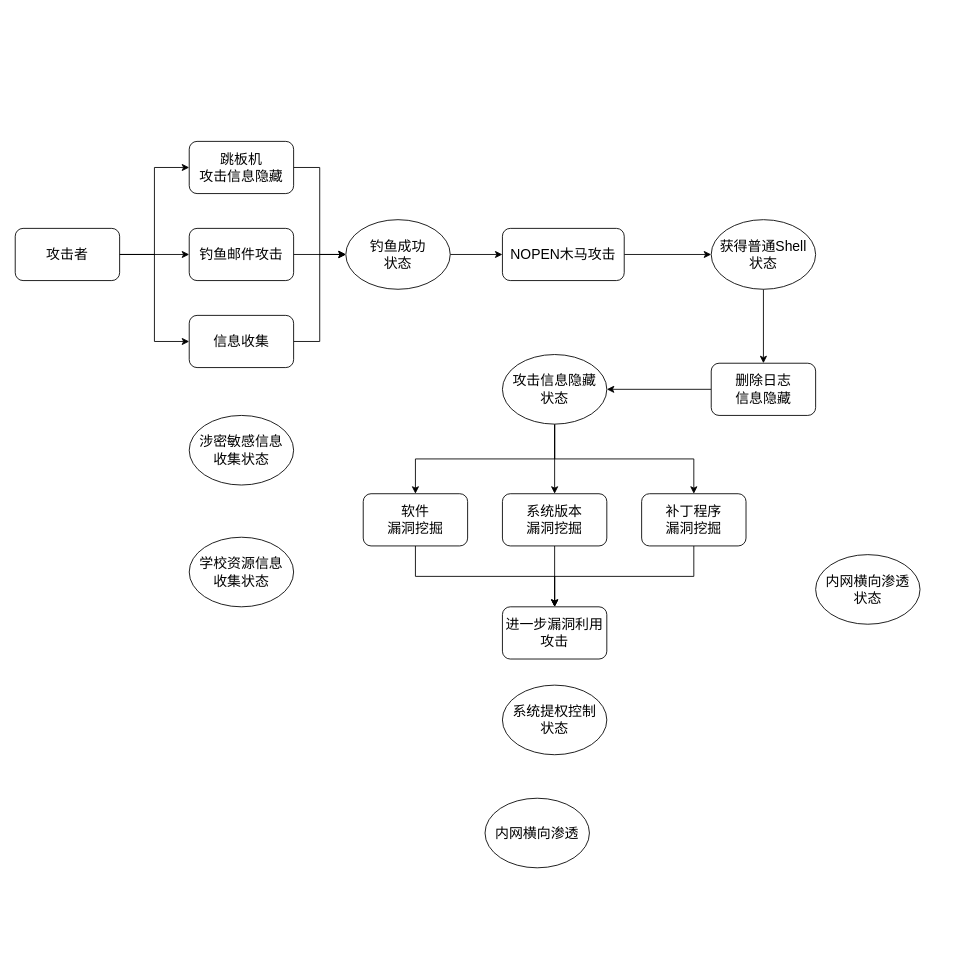
Above: 未命名绘图.drawio in BarnabyAlexandraBaron/Gewulab (draw.io), before the change. Source tidied: cells renumbered, new cells numbered last; positions are measured from the earlier drawing's top-left corner, leaving out a move shared by most shapes. Both pictures are drawn from the tidied source at 87%, with x=0, y=0 at pixel (15, 141).
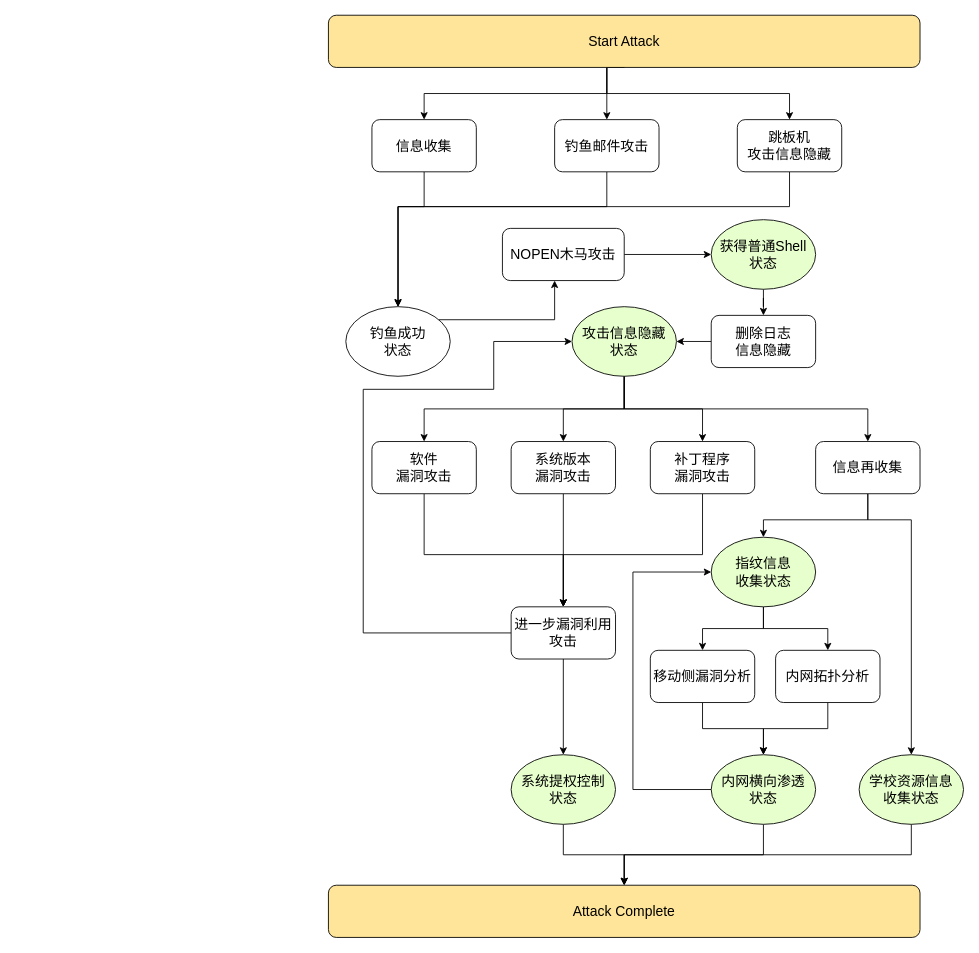
Above is the later version.

Commit message (it also covers changes not shown here):
更新未命名绘图.drawio

The change refers to these unchanged cells:
```xml
<mxCell id="16" value="&lt;font style=&quot;font-size: 16px;&quot;&gt;NOPEN木马攻击&lt;/font&gt;" style="rounded=1;whiteSpace=wrap;html=1;" parent="1" vertex="1">
  <mxGeometry x="560" y="100" width="140" height="60" as="geometry" />
</mxCell>
```

The edit, as a diff of the source:
```diff
@@
-    <mxCell id="3" value="&lt;font style=&quot;font-size: 16px;&quot;&gt;获得普通Shell&lt;br&gt;状态&lt;br&gt;&lt;/font&gt;" style="ellipse;whiteSpace=wrap;html=1;" parent="1" vertex="1">
+    <mxCell id="3" value="&lt;font style=&quot;font-size: 16px;&quot;&gt;获得普通Shell&lt;br&gt;状态&lt;br&gt;&lt;/font&gt;" style="ellipse;whiteSpace=wrap;html=1;fillColor=#E6FFCC;" parent="1" vertex="1">
       <mxGeometry x="800" y="90" width="120" height="80" as="geometry" />
     </mxCell>
+    <mxCell id="36" style="edgeStyle=orthogonalEdgeStyle;rounded=0;jettySize=auto;html=1;exitX=0.5;exitY=1;exitDx=0;exitDy=0;entryX=0.5;entryY=0;entryDx=0;entryDy=0;" parent="1" edge="1" source="4" target="46">
+      <mxGeometry relative="1" as="geometry" />
+    </mxCell>
+    <mxCell id="37" style="edgeStyle=orthogonalEdgeStyle;rounded=0;jettySize=auto;html=1;exitX=0.5;exitY=1;exitDx=0;exitDy=0;entryX=0.5;entryY=0;entryDx=0;entryDy=0;" parent="1" edge="1" source="4" target="51">
+      <mxGeometry relative="1" as="geometry" />
+    </mxCell>
-    <mxCell id="4" value="&lt;font style=&quot;font-size: 16px;&quot;&gt;涉密敏感信息&lt;br&gt;收集状态&lt;br&gt;&lt;/font&gt;" style="ellipse;whiteSpace=wrap;html=1;" parent="1" vertex="1">
-      <mxGeometry x="200" y="315" width="120" height="80" as="geometry" />
+    <mxCell id="4" value="&lt;font style=&quot;font-size: 16px;&quot;&gt;指纹信息&lt;br&gt;收集状态&lt;br&gt;&lt;/font&gt;" style="ellipse;whiteSpace=wrap;html=1;fillColor=#E6FFCC;" parent="1" vertex="1">
+      <mxGeometry x="800" y="455" width="120" height="80" as="geometry" />
     </mxCell>
+    <mxCell id="38" style="edgeStyle=orthogonalEdgeStyle;rounded=0;jettySize=auto;html=1;exitX=0.5;exitY=1;exitDx=0;exitDy=0;entryX=0.5;entryY=0;entryDx=0;entryDy=0;" parent="1" edge="1" source="5" target="52">
+      <mxGeometry relative="1" as="geometry" />
+    </mxCell>
-    <mxCell id="5" value="&lt;font style=&quot;font-size: 16px;&quot;&gt;系统提权控制&lt;br&gt;状态&lt;br&gt;&lt;/font&gt;" style="ellipse;whiteSpace=wrap;html=1;" parent="1" vertex="1">
-      <mxGeometry x="560" y="625" width="120" height="80" as="geometry" />
+    <mxCell id="5" value="&lt;font style=&quot;font-size: 16px;&quot;&gt;系统提权控制&lt;br&gt;状态&lt;br&gt;&lt;/font&gt;" style="ellipse;whiteSpace=wrap;html=1;fillColor=#E6FFCC;" parent="1" vertex="1">
+      <mxGeometry x="570" y="705" width="120" height="80" as="geometry" />
     </mxCell>
-    <mxCell id="6" value="&lt;font style=&quot;font-size: 16px;&quot;&gt;内网横向渗透&lt;br&gt;&lt;/font&gt;" style="ellipse;whiteSpace=wrap;html=1;" parent="1" vertex="1">
-      <mxGeometry x="540" y="755" width="120" height="80" as="geometry" />
-    </mxCell>
-    <mxCell id="7" style="edgeStyle=orthogonalEdgeStyle;rounded=0;jettySize=auto;html=1;" parent="1" edge="1" source="8" target="14">
-      <mxGeometry relative="1" as="geometry" />
+    <mxCell id="7" style="edgeStyle=orthogonalEdgeStyle;rounded=0;jettySize=auto;html=1;entryX=0.5;entryY=0;entryDx=0;entryDy=0;" parent="1" edge="1" source="8" target="14">
+      <mxGeometry relative="1" as="geometry">
+        <Array as="points">
+          <mxPoint x="680" y="75" />
+          <mxPoint x="440" y="75" />
+        </Array>
+      </mxGeometry>
     </mxCell>
     <mxCell id="8" value="&lt;font style=&quot;font-size: 16px;&quot;&gt;钓鱼邮件攻击&lt;/font&gt;" style="rounded=1;whiteSpace=wrap;html=1;" parent="1" vertex="1">
-      <mxGeometry x="200" y="100" width="120" height="60" as="geometry" />
+      <mxGeometry x="620" y="-25" width="120" height="60" as="geometry" />
     </mxCell>
-    <mxCell id="9" style="edgeStyle=orthogonalEdgeStyle;rounded=0;jettySize=auto;html=1;entryX=0;entryY=0.5;entryDx=0;entryDy=0;" parent="1" edge="1" source="10" target="14">
-      <mxGeometry relative="1" as="geometry" />
+    <mxCell id="9" style="edgeStyle=orthogonalEdgeStyle;rounded=0;jettySize=auto;html=1;exitX=0.5;exitY=1;exitDx=0;exitDy=0;entryX=0.5;entryY=0;entryDx=0;entryDy=0;" parent="1" edge="1" source="10" target="14">
+      <mxGeometry relative="1" as="geometry">
+        <Array as="points">
+          <mxPoint x="890" y="75" />
+          <mxPoint x="440" y="75" />
+        </Array>
+      </mxGeometry>
     </mxCell>
     <mxCell id="10" value="&lt;font style=&quot;font-size: 16px;&quot;&gt;跳板机&lt;br&gt;攻击信息隐藏&lt;/font&gt;" style="rounded=1;whiteSpace=wrap;html=1;" parent="1" vertex="1">
-      <mxGeometry x="200" width="120" height="60" as="geometry" />
+      <mxGeometry x="830" y="-25" width="120" height="60" as="geometry" />
     </mxCell>
-    <mxCell id="11" style="edgeStyle=orthogonalEdgeStyle;rounded=0;jettySize=auto;html=1;exitX=1;exitY=0.5;exitDx=0;exitDy=0;entryX=0;entryY=0.5;entryDx=0;entryDy=0;" parent="1" edge="1" source="12" target="14">
-      <mxGeometry relative="1" as="geometry" />
+    <mxCell id="11" style="edgeStyle=orthogonalEdgeStyle;rounded=0;jettySize=auto;html=1;exitX=0.5;exitY=1;exitDx=0;exitDy=0;entryX=0.5;entryY=0;entryDx=0;entryDy=0;" parent="1" edge="1" source="12" target="14">
+      <mxGeometry relative="1" as="geometry">
+        <Array as="points">
+          <mxPoint x="470" y="75" />
+          <mxPoint x="440" y="75" />
+        </Array>
+      </mxGeometry>
     </mxCell>
     <mxCell id="12" value="&lt;font style=&quot;font-size: 16px;&quot;&gt;信息收集&lt;/font&gt;" style="rounded=1;whiteSpace=wrap;html=1;" parent="1" vertex="1">
-      <mxGeometry x="200" y="200" width="120" height="60" as="geometry" />
+      <mxGeometry x="410" y="-25" width="120" height="60" as="geometry" />
     </mxCell>
     <mxCell id="13" style="edgeStyle=orthogonalEdgeStyle;rounded=0;jettySize=auto;html=1;" parent="1" edge="1" source="14" target="16">
-      <mxGeometry relative="1" as="geometry" />
+      <mxGeometry relative="1" as="geometry">
+        <Array as="points">
+          <mxPoint x="620" y="205" />
+        </Array>
+      </mxGeometry>
     </mxCell>
     <mxCell id="14" value="&lt;font style=&quot;font-size: 16px;&quot;&gt;钓鱼成功&lt;br&gt;状态&lt;br&gt;&lt;/font&gt;" style="ellipse;whiteSpace=wrap;html=1;" parent="1" vertex="1">
-      <mxGeometry x="380" y="90" width="120" height="80" as="geometry" />
+      <mxGeometry x="380" y="190" width="120" height="80" as="geometry" />
     </mxCell>
@@
+    <mxCell id="39" style="edgeStyle=orthogonalEdgeStyle;rounded=0;jettySize=auto;html=1;exitX=0.5;exitY=1;exitDx=0;exitDy=0;entryX=0.5;entryY=0;entryDx=0;entryDy=0;" parent="1" edge="1" source="17" target="52">
+      <mxGeometry relative="1" as="geometry" />
+    </mxCell>
+    <mxCell id="40" style="edgeStyle=orthogonalEdgeStyle;rounded=0;jettySize=auto;html=1;exitX=0;exitY=0.5;exitDx=0;exitDy=0;entryX=0;entryY=0.5;entryDx=0;entryDy=0;" parent="1" edge="1" source="17" target="4">
+      <mxGeometry relative="1" as="geometry">
+        <Array as="points">
+          <mxPoint x="710" y="745" />
+          <mxPoint x="710" y="495" />
+        </Array>
+      </mxGeometry>
+    </mxCell>
-    <mxCell id="17" value="&lt;font style=&quot;font-size: 16px;&quot;&gt;内网横向渗透&lt;br&gt;状态&lt;br&gt;&lt;/font&gt;" style="ellipse;whiteSpace=wrap;html=1;" parent="1" vertex="1">
-      <mxGeometry x="920" y="475" width="120" height="80" as="geometry" />
+    <mxCell id="17" value="&lt;font style=&quot;font-size: 16px;&quot;&gt;内网横向渗透&lt;br&gt;状态&lt;br&gt;&lt;/font&gt;" style="ellipse;whiteSpace=wrap;html=1;fillColor=#E6FFCC;" parent="1" vertex="1">
+      <mxGeometry x="800" y="705" width="120" height="80" as="geometry" />
     </mxCell>
     <mxCell id="18" style="edgeStyle=orthogonalEdgeStyle;rounded=0;jettySize=auto;html=1;exitX=0.5;exitY=1;exitDx=0;exitDy=0;entryX=0.5;entryY=0;entryDx=0;entryDy=0;" parent="1" edge="1" source="19" target="35">
-      <mxGeometry relative="1" as="geometry" />
+      <mxGeometry relative="1" as="geometry">
+        <Array as="points">
+          <mxPoint x="470" y="475" />
+          <mxPoint x="630" y="475" />
+        </Array>
+      </mxGeometry>
     </mxCell>
-    <mxCell id="19" value="&lt;font style=&quot;font-size: 16px;&quot;&gt;软件&lt;br&gt;漏洞挖掘&lt;/font&gt;" style="rounded=1;whiteSpace=wrap;html=1;" parent="1" vertex="1">
-      <mxGeometry x="400" y="405" width="120" height="60" as="geometry" />
+    <mxCell id="19" value="&lt;font style=&quot;font-size: 16px;&quot;&gt;软件&lt;br&gt;漏洞攻击&lt;br&gt;&lt;/font&gt;" style="rounded=1;whiteSpace=wrap;html=1;" parent="1" vertex="1">
+      <mxGeometry x="410" y="345" width="120" height="60" as="geometry" />
     </mxCell>
@@
-    <mxCell id="21" value="&lt;font style=&quot;font-size: 16px;&quot;&gt;系统版本&lt;br&gt;漏洞挖掘&lt;/font&gt;" style="rounded=1;whiteSpace=wrap;html=1;" parent="1" vertex="1">
-      <mxGeometry x="560" y="405" width="120" height="60" as="geometry" />
+    <mxCell id="21" value="&lt;font style=&quot;font-size: 16px;&quot;&gt;系统版本&lt;br&gt;漏洞攻击&lt;/font&gt;" style="rounded=1;whiteSpace=wrap;html=1;" parent="1" vertex="1">
+      <mxGeometry x="570" y="345" width="120" height="60" as="geometry" />
     </mxCell>
     <mxCell id="22" style="edgeStyle=orthogonalEdgeStyle;rounded=0;jettySize=auto;html=1;exitX=0.5;exitY=1;exitDx=0;exitDy=0;entryX=0.5;entryY=0;entryDx=0;entryDy=0;" parent="1" edge="1" source="23" target="35">
-      <mxGeometry relative="1" as="geometry" />
+      <mxGeometry relative="1" as="geometry">
+        <Array as="points">
+          <mxPoint x="790" y="475" />
+          <mxPoint x="630" y="475" />
+        </Array>
+      </mxGeometry>
     </mxCell>
-    <mxCell id="23" value="&lt;font style=&quot;font-size: 16px;&quot;&gt;补丁程序&lt;br&gt;漏洞挖掘&lt;/font&gt;" style="rounded=1;whiteSpace=wrap;html=1;" parent="1" vertex="1">
-      <mxGeometry x="720" y="405" width="120" height="60" as="geometry" />
+    <mxCell id="23" value="&lt;font style=&quot;font-size: 16px;&quot;&gt;补丁程序&lt;br&gt;漏洞攻击&lt;/font&gt;" style="rounded=1;whiteSpace=wrap;html=1;" parent="1" vertex="1">
+      <mxGeometry x="730" y="345" width="120" height="60" as="geometry" />
     </mxCell>
-    <mxCell id="24" style="edgeStyle=orthogonalEdgeStyle;rounded=0;jettySize=auto;html=1;" parent="1" edge="1" source="27" target="8">
-      <mxGeometry relative="1" as="geometry" />
+    <mxCell id="24" style="edgeStyle=orthogonalEdgeStyle;rounded=0;jettySize=auto;html=1;exitX=0.5;exitY=1;exitDx=0;exitDy=0;entryX=0.5;entryY=0;entryDx=0;entryDy=0;" parent="1" edge="1" source="27" target="8">
+      <mxGeometry relative="1" as="geometry">
+        <Array as="points">
+          <mxPoint x="680" y="-85" />
+        </Array>
+      </mxGeometry>
     </mxCell>
+    <mxCell id="26" style="edgeStyle=orthogonalEdgeStyle;rounded=0;jettySize=auto;html=1;exitX=0.5;exitY=1;exitDx=0;exitDy=0;entryX=0.5;entryY=0;entryDx=0;entryDy=0;" parent="1" edge="1" source="27" target="12">
+      <mxGeometry relative="1" as="geometry">
+        <Array as="points">
+          <mxPoint x="680" y="-85" />
+          <mxPoint x="680" y="-55" />
+          <mxPoint x="470" y="-55" />
+        </Array>
+      </mxGeometry>
+    </mxCell>
-    <mxCell id="25" style="edgeStyle=orthogonalEdgeStyle;rounded=0;jettySize=auto;html=1;exitX=1;exitY=0.5;exitDx=0;exitDy=0;entryX=0;entryY=0.5;entryDx=0;entryDy=0;" parent="1" edge="1" source="27" target="10">
-      <mxGeometry relative="1" as="geometry" />
+    <mxCell id="25" style="edgeStyle=orthogonalEdgeStyle;rounded=0;jettySize=auto;html=1;exitX=0.5;exitY=1;exitDx=0;exitDy=0;entryX=0.5;entryY=0;entryDx=0;entryDy=0;" parent="1" edge="1" source="27" target="10">
+      <mxGeometry relative="1" as="geometry">
+        <Array as="points">
+          <mxPoint x="680" y="-85" />
+          <mxPoint x="680" y="-55" />
+          <mxPoint x="890" y="-55" />
+          <mxPoint x="890" y="-25" />
+        </Array>
+      </mxGeometry>
     </mxCell>
-    <mxCell id="26" style="edgeStyle=orthogonalEdgeStyle;rounded=0;jettySize=auto;html=1;exitX=1;exitY=0.5;exitDx=0;exitDy=0;entryX=0;entryY=0.5;entryDx=0;entryDy=0;" parent="1" edge="1" source="27" target="12">
-      <mxGeometry relative="1" as="geometry" />
-    </mxCell>
-    <mxCell id="27" value="&lt;font style=&quot;font-size: 16px;&quot;&gt;攻击者&lt;/font&gt;" style="rounded=1;whiteSpace=wrap;html=1;" parent="1" vertex="1">
-      <mxGeometry y="100" width="120" height="60" as="geometry" />
+    <mxCell id="27" value="&lt;font style=&quot;font-size: 16px;&quot;&gt;Start Attack&lt;/font&gt;" style="rounded=1;whiteSpace=wrap;html=1;fillColor=#FFE599;" parent="1" vertex="1">
+      <mxGeometry x="360" y="-145" width="680" height="60" as="geometry" />
     </mxCell>
@@
     <mxCell id="29" value="&lt;font style=&quot;font-size: 16px;&quot;&gt;删除日志&lt;br&gt;信息隐藏&lt;/font&gt;" style="rounded=1;whiteSpace=wrap;html=1;" parent="1" vertex="1">
-      <mxGeometry x="800" y="255" width="120" height="60" as="geometry" />
+      <mxGeometry x="800" y="200" width="120" height="60" as="geometry" />
     </mxCell>
@@
+    <mxCell id="41" style="edgeStyle=orthogonalEdgeStyle;rounded=0;jettySize=auto;html=1;exitX=0.5;exitY=1;exitDx=0;exitDy=0;entryX=0.5;entryY=0;entryDx=0;entryDy=0;" parent="1" edge="1" source="33" target="49">
+      <mxGeometry relative="1" as="geometry" />
+    </mxCell>
-    <mxCell id="33" value="&lt;font style=&quot;font-size: 16px;&quot;&gt;攻击信息隐藏&lt;br&gt;状态&lt;br&gt;&lt;/font&gt;" style="ellipse;whiteSpace=wrap;html=1;" parent="1" vertex="1">
-      <mxGeometry x="560" y="245" width="120" height="80" as="geometry" />
+    <mxCell id="33" value="&lt;font style=&quot;font-size: 16px;&quot;&gt;攻击信息隐藏&lt;br&gt;状态&lt;br&gt;&lt;/font&gt;" style="ellipse;whiteSpace=wrap;html=1;fillColor=#E6FFCC;" parent="1" vertex="1">
+      <mxGeometry x="640" y="190" width="120" height="80" as="geometry" />
     </mxCell>
+    <mxCell id="42" style="edgeStyle=orthogonalEdgeStyle;rounded=0;jettySize=auto;html=1;exitX=0.5;exitY=1;exitDx=0;exitDy=0;entryX=0.5;entryY=0;entryDx=0;entryDy=0;" parent="1" edge="1" source="34" target="52">
+      <mxGeometry relative="1" as="geometry" />
+    </mxCell>
-    <mxCell id="34" value="&lt;font style=&quot;font-size: 16px;&quot;&gt;学校资源信息&lt;br&gt;收集状态&lt;br&gt;&lt;/font&gt;" style="ellipse;whiteSpace=wrap;html=1;" parent="1" vertex="1">
-      <mxGeometry x="200" y="455" width="120" height="80" as="geometry" />
+    <mxCell id="34" value="&lt;font style=&quot;font-size: 16px;&quot;&gt;学校资源信息&lt;br&gt;收集状态&lt;br&gt;&lt;/font&gt;" style="ellipse;whiteSpace=wrap;html=1;fillColor=#E6FFCC;" parent="1" vertex="1">
+      <mxGeometry x="970" y="705" width="120" height="80" as="geometry" />
     </mxCell>
+    <mxCell id="43" style="edgeStyle=orthogonalEdgeStyle;rounded=0;jettySize=auto;html=1;exitX=0.5;exitY=1;exitDx=0;exitDy=0;entryX=0.5;entryY=0;entryDx=0;entryDy=0;" parent="1" edge="1" source="35" target="5">
+      <mxGeometry relative="1" as="geometry" />
+    </mxCell>
+    <mxCell id="44" style="edgeStyle=orthogonalEdgeStyle;rounded=0;jettySize=auto;html=1;exitX=0;exitY=0.5;exitDx=0;exitDy=0;entryX=0;entryY=0.5;entryDx=0;entryDy=0;" parent="1" edge="1" source="35" target="33">
+      <mxGeometry relative="1" as="geometry">
+        <Array as="points">
+          <mxPoint x="400" y="565" />
+          <mxPoint x="400" y="285" />
+          <mxPoint x="550" y="285" />
+          <mxPoint x="550" y="230" />
+        </Array>
+      </mxGeometry>
+    </mxCell>
     <mxCell id="35" value="&lt;font style=&quot;font-size: 16px;&quot;&gt;进一步漏洞利用&lt;br&gt;攻击&lt;/font&gt;" style="rounded=1;whiteSpace=wrap;html=1;" parent="1" vertex="1">
-      <mxGeometry x="560" y="535" width="120" height="60" as="geometry" />
+      <mxGeometry x="570" y="535" width="120" height="60" as="geometry" />
     </mxCell>
+    <mxCell id="45" style="edgeStyle=orthogonalEdgeStyle;rounded=0;jettySize=auto;html=1;exitX=0.5;exitY=1;exitDx=0;exitDy=0;entryX=0.5;entryY=0;entryDx=0;entryDy=0;" parent="1" edge="1" source="46" target="17">
+      <mxGeometry relative="1" as="geometry" />
+    </mxCell>
+    <mxCell id="46" value="&lt;font style=&quot;font-size: 16px;&quot;&gt;移动侧漏洞分析&lt;/font&gt;" style="rounded=1;whiteSpace=wrap;html=1;" parent="1" vertex="1">
+      <mxGeometry x="730" y="585" width="120" height="60" as="geometry" />
+    </mxCell>
+    <mxCell id="47" style="edgeStyle=orthogonalEdgeStyle;rounded=0;jettySize=auto;html=1;exitX=0.5;exitY=1;exitDx=0;exitDy=0;entryX=0.5;entryY=0;entryDx=0;entryDy=0;" parent="1" edge="1" source="49" target="4">
+      <mxGeometry relative="1" as="geometry">
+        <Array as="points">
+          <mxPoint x="980" y="435" />
+          <mxPoint x="860" y="435" />
+        </Array>
+      </mxGeometry>
+    </mxCell>
+    <mxCell id="48" style="edgeStyle=orthogonalEdgeStyle;rounded=0;jettySize=auto;html=1;exitX=0.5;exitY=1;exitDx=0;exitDy=0;entryX=0.5;entryY=0;entryDx=0;entryDy=0;" parent="1" edge="1" source="49" target="34">
+      <mxGeometry relative="1" as="geometry">
+        <Array as="points">
+          <mxPoint x="980" y="435" />
+          <mxPoint x="1030" y="435" />
+        </Array>
+      </mxGeometry>
+    </mxCell>
+    <mxCell id="49" value="&lt;font style=&quot;font-size: 16px;&quot;&gt;信息再收集&lt;/font&gt;" style="rounded=1;whiteSpace=wrap;html=1;" parent="1" vertex="1">
+      <mxGeometry x="920" y="345" width="120" height="60" as="geometry" />
+    </mxCell>
+    <mxCell id="50" style="edgeStyle=orthogonalEdgeStyle;rounded=0;jettySize=auto;html=1;exitX=0.5;exitY=1;exitDx=0;exitDy=0;entryX=0.5;entryY=0;entryDx=0;entryDy=0;" parent="1" edge="1" source="51" target="17">
+      <mxGeometry relative="1" as="geometry" />
+    </mxCell>
+    <mxCell id="51" value="&lt;font style=&quot;font-size: 16px;&quot;&gt;内网拓扑分析&lt;/font&gt;" style="rounded=1;whiteSpace=wrap;html=1;" parent="1" vertex="1">
+      <mxGeometry x="874" y="585" width="120" height="60" as="geometry" />
+    </mxCell>
+    <mxCell id="52" value="&lt;font style=&quot;font-size: 16px;&quot;&gt;Attack Complete&lt;/font&gt;" style="rounded=1;whiteSpace=wrap;html=1;fillColor=#FFE599;" parent="1" vertex="1">
+      <mxGeometry x="360" y="855" width="680" height="60" as="geometry" />
+    </mxCell>
```
